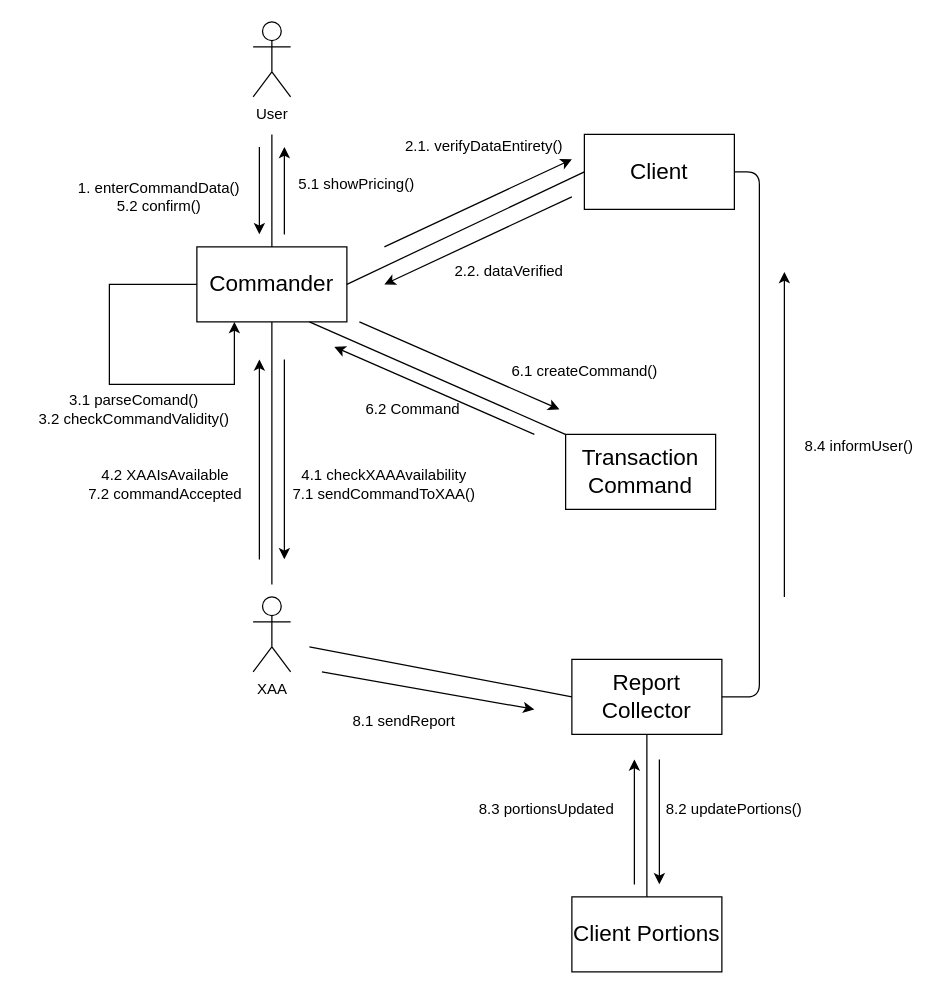
This is UML/Communication_Diagram.drawio from WilhelmStein/Analysis-and-Design-of-Software, a draw.io file, before an edit. Source tidied: cells renumbered, new cells numbered last; positions are measured from the earlier drawing's top-left corner, leaving out a move shared by most shapes. Both pictures are drawn from the tidied source at 125%, with x=0, y=0 at pixel (21, 21).
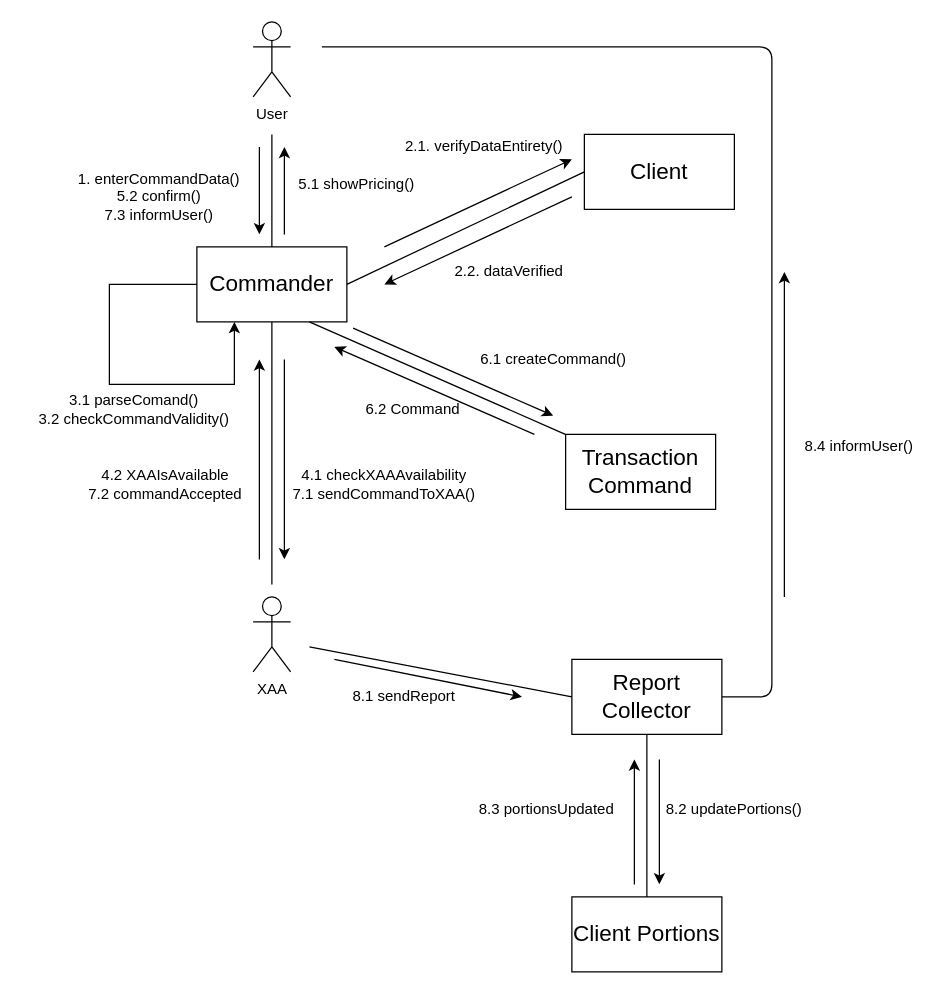
Above is the later version.

Commit message (it also covers changes not shown here):
Communication Diagram done

The change refers to these unchanged cells:
```xml
<mxCell id="3" value="&lt;font style=&quot;font-size: 18px&quot;&gt;Client&lt;/font&gt;" style="rounded=0;whiteSpace=wrap;html=1;fillColor=none;" parent="1" vertex="1">
  <mxGeometry x="450" y="90" width="120" height="60" as="geometry" />
</mxCell>
<mxCell id="29" value="&lt;font style=&quot;font-size: 18px&quot;&gt;Report Collector&lt;/font&gt;" style="rounded=0;whiteSpace=wrap;html=1;" parent="1" vertex="1">
  <mxGeometry x="440" y="510" width="120" height="60" as="geometry" />
</mxCell>
```

What changed in the source:
```diff
@@
-    <mxCell id="9" value="1. enterCommandData()&lt;br&gt;5.2 confirm()" style="text;html=1;strokeColor=none;fillColor=none;align=center;verticalAlign=middle;whiteSpace=wrap;rounded=0;" parent="1" vertex="1">
+    <mxCell id="9" value="1. enterCommandData()&lt;br&gt;5.2 confirm()&lt;br&gt;7.3 informUser()" style="text;html=1;strokeColor=none;fillColor=none;align=center;verticalAlign=middle;whiteSpace=wrap;rounded=0;" parent="1" vertex="1">
       <mxGeometry x="40" y="130" width="140" height="20" as="geometry" />
     </mxCell>
@@
     <mxCell id="21" style="endArrow=classic;html=1;" parent="1" edge="1">
       <mxGeometry relative="1" as="geometry">
-        <mxPoint x="270" y="240" as="sourcePoint" />
-        <mxPoint x="430" y="310" as="targetPoint" />
+        <mxPoint x="265" y="245" as="sourcePoint" />
+        <mxPoint x="425" y="315" as="targetPoint" />
       </mxGeometry>
     </mxCell>
     <mxCell id="22" value="6.1 createCommand()" style="text;html=1;strokeColor=none;fillColor=none;align=center;verticalAlign=middle;whiteSpace=wrap;rounded=0;" parent="1" vertex="1">
-      <mxGeometry x="382.5" y="270" width="135" height="20" as="geometry" />
+      <mxGeometry x="357.5" y="260" width="135" height="20" as="geometry" />
     </mxCell>
@@
     <mxCell id="31" style="endArrow=classic;html=1;" parent="1" edge="1">
       <mxGeometry relative="1" as="geometry">
-        <mxPoint x="240" y="520" as="sourcePoint" />
-        <mxPoint x="410" y="550" as="targetPoint" />
+        <mxPoint x="250" y="510" as="sourcePoint" />
+        <mxPoint x="400" y="540" as="targetPoint" />
       </mxGeometry>
     </mxCell>
     <mxCell id="32" value="8.1 sendReport" style="text;html=1;strokeColor=none;fillColor=none;align=center;verticalAlign=middle;whiteSpace=wrap;rounded=0;" parent="1" vertex="1">
-      <mxGeometry x="260" y="550" width="92" height="20" as="geometry" />
+      <mxGeometry x="260" y="530" width="92" height="20" as="geometry" />
     </mxCell>
@@
-    <mxCell id="39" style="endArrow=none;html=1;entryX=1;entryY=0.5;entryDx=0;entryDy=0;exitX=1;exitY=0.5;exitDx=0;exitDy=0;edgeStyle=orthogonalEdgeStyle;" parent="1" edge="1" source="29" target="3">
+    <mxCell id="39" style="endArrow=none;html=1;exitX=1;exitY=0.5;exitDx=0;exitDy=0;edgeStyle=orthogonalEdgeStyle;" parent="1" edge="1" source="29">
       <mxGeometry relative="1" as="geometry">
+        <mxPoint x="240" y="20" as="targetPoint" />
         <Array as="points">
-          <mxPoint x="590" y="540" />
-          <mxPoint x="590" y="120" />
+          <mxPoint x="600" y="540" />
+          <mxPoint x="600" y="20" />
         </Array>
       </mxGeometry>
     </mxCell>
```
